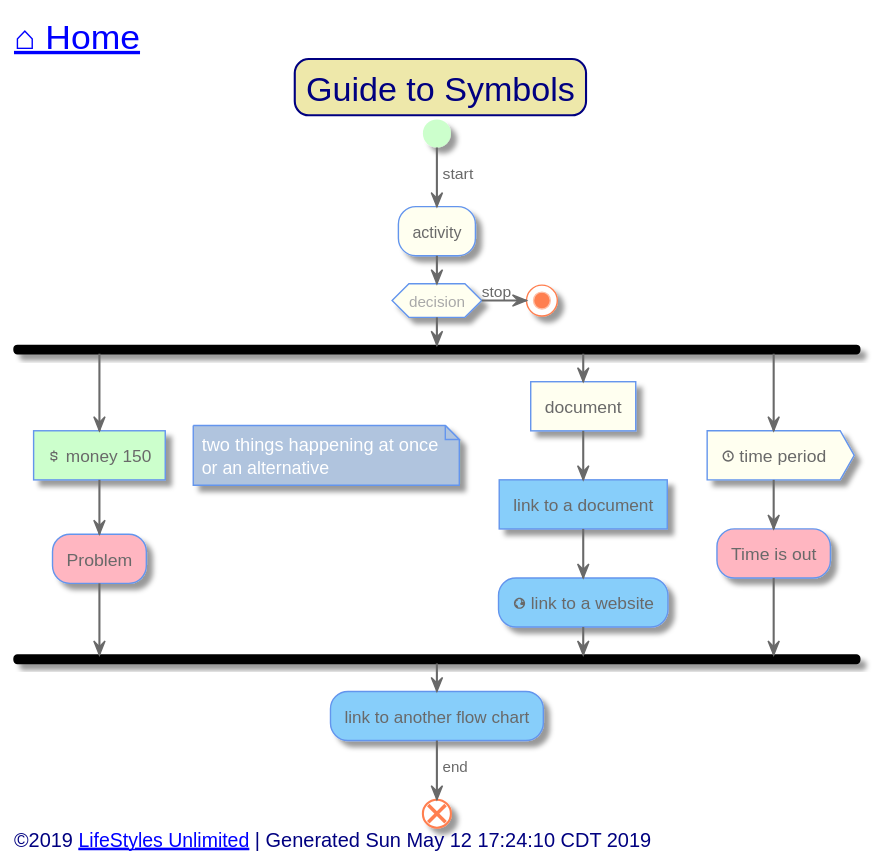
Above: out/src/common/symbol-guide.svg in toddmo/lifestylesunlimited (PlantUML), before the change.
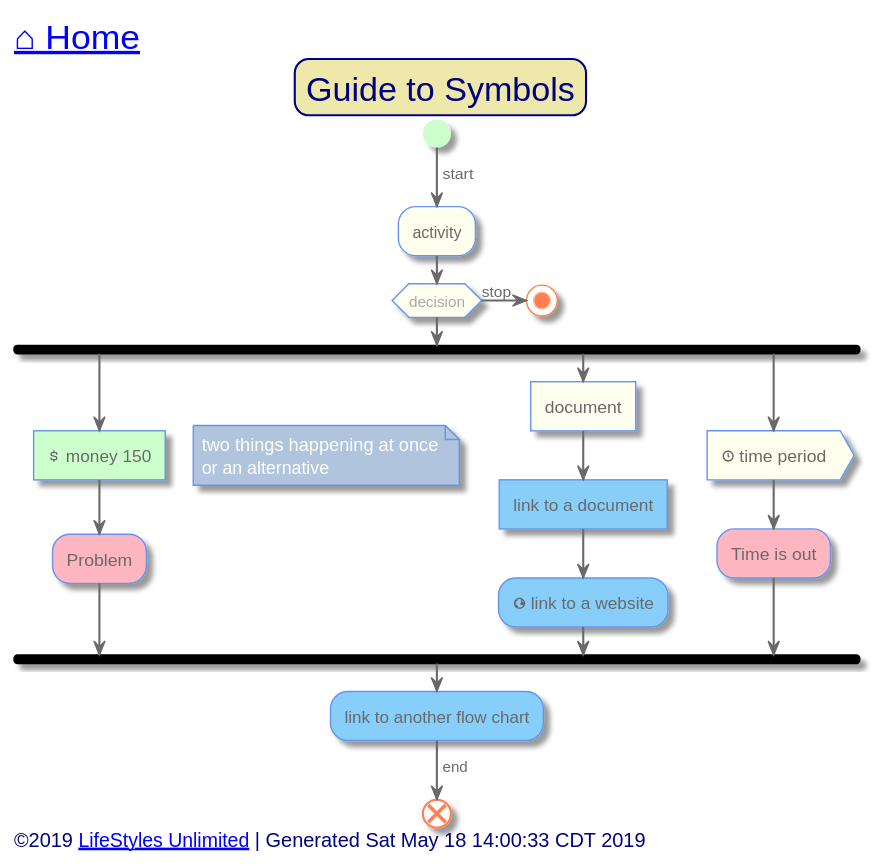
Above is the later version.

Change to the diagram source:
```diff
@@ -107,7 +107,7 @@
 
 
 left footer
-	<font size=14>©2019 [[http://www.lifestylesunlimited.com LifeStyles Unlimited]] | Generated Sun May 12 17:24:10 CDT 2019</font>
+	<font size=14>©2019 [[http://www.lifestylesunlimited.com LifeStyles Unlimited]] | Generated Sat May 18 14:00:33 CDT 2019</font>
 endfooter
 
 
```
